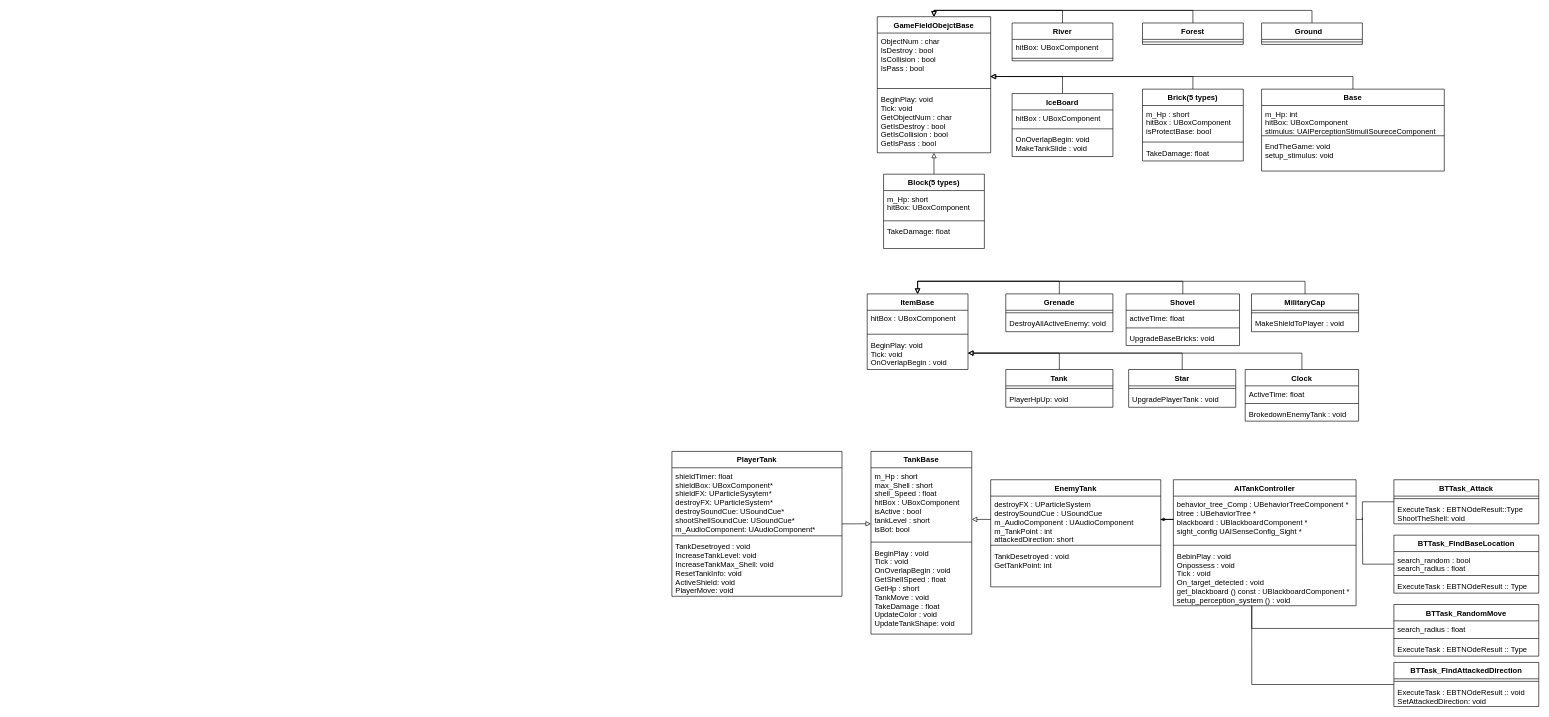
The draw.io diagram Untitled Diagram.drawio in zzaxowns/Study_LIST_IN_Vacation, before the edit. Source tidied: cells renumbered, new cells numbered last; positions are measured from the earlier drawing's top-left corner, leaving out a move shared by most shapes. Both pictures are drawn from the tidied source at 63%, with x=0, y=0 at pixel (672, 16).
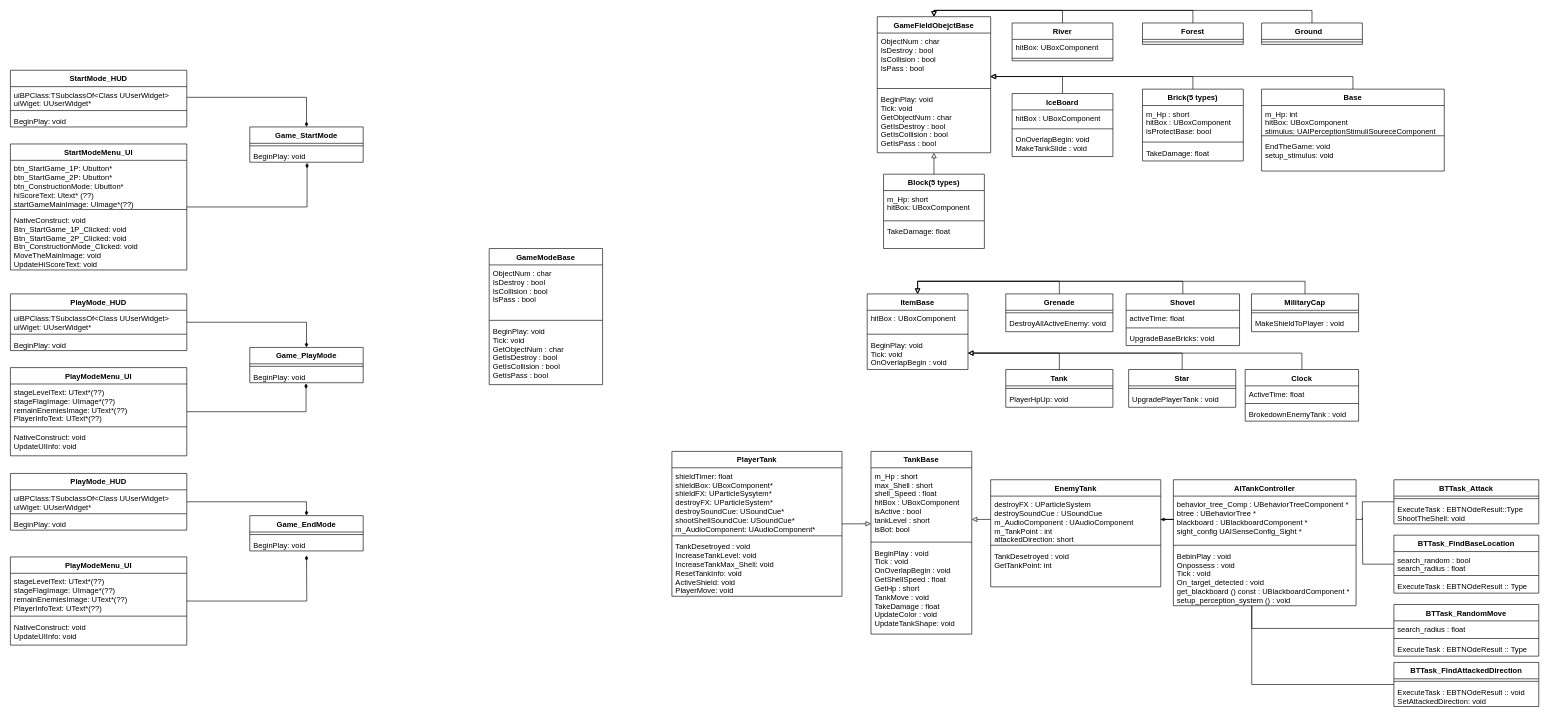
Above is the later version.

Change to the diagram source:
```diff
@@
+    <mxCell id="103" value="GameModeBase" style="swimlane;fontStyle=1;align=center;verticalAlign=top;horizontal=1;startSize=26;" parent="1" vertex="1">
+      <mxGeometry x="-290" y="368" width="180" height="216" as="geometry" />
+    </mxCell>
+    <mxCell id="104" value="ObjectNum : char&#10;IsDestroy : bool &#10;IsCollision : bool &#10;IsPass : bool&#10;" style="text;strokeColor=none;fillColor=none;align=left;verticalAlign=top;spacingLeft=4;spacingRight=4;overflow=hidden;" parent="103" vertex="1">
+      <mxGeometry y="26" width="180" height="84" as="geometry" />
+    </mxCell>
+    <mxCell id="105" style="line;strokeWidth=1;fillColor=none;align=left;verticalAlign=middle;spacingTop=-1;spacingLeft=3;spacingRight=3;labelPosition=right;" parent="103" vertex="1">
+      <mxGeometry y="110" width="180" height="8" as="geometry" />
+    </mxCell>
+    <mxCell id="106" value="BeginPlay: void&#10;Tick: void&#10;GetObjectNum : char&#10;GetIsDestroy : bool &#10;GetIsCollision : bool &#10;GetIsPass : bool&#10;&#10;" style="text;strokeColor=none;fillColor=none;align=left;verticalAlign=top;spacingLeft=4;spacingRight=4;overflow=hidden;" parent="103" vertex="1">
+      <mxGeometry y="118" width="180" height="98" as="geometry" />
+    </mxCell>
+    <mxCell id="107" value="Game_StartMode" style="swimlane;fontStyle=1;align=center;verticalAlign=top;horizontal=1;startSize=26;" parent="1" vertex="1">
+      <mxGeometry x="-670" y="175" width="180" height="56" as="geometry" />
+    </mxCell>
+    <mxCell id="108" style="line;strokeWidth=1;fillColor=none;align=left;verticalAlign=middle;spacingTop=-1;spacingLeft=3;spacingRight=3;labelPosition=right;" parent="107" vertex="1">
+      <mxGeometry y="26" width="180" height="8" as="geometry" />
+    </mxCell>
+    <mxCell id="109" value="BeginPlay: void&#10;" style="text;strokeColor=none;fillColor=none;align=left;verticalAlign=top;spacingLeft=4;spacingRight=4;overflow=hidden;points=[[0,0.5],[1,0.5]];portConstraint=eastwest;" parent="107" vertex="1">
+      <mxGeometry y="34" width="180" height="22" as="geometry" />
+    </mxCell>
+    <mxCell id="110" value="Game_PlayMode" style="swimlane;fontStyle=1;align=center;verticalAlign=top;horizontal=1;startSize=26;" parent="1" vertex="1">
+      <mxGeometry x="-670" y="525" width="180" height="56" as="geometry" />
+    </mxCell>
+    <mxCell id="111" style="line;strokeWidth=1;fillColor=none;align=left;verticalAlign=middle;spacingTop=-1;spacingLeft=3;spacingRight=3;labelPosition=right;" parent="110" vertex="1">
+      <mxGeometry y="26" width="180" height="8" as="geometry" />
+    </mxCell>
+    <mxCell id="112" value="BeginPlay: void&#10;" style="text;strokeColor=none;fillColor=none;align=left;verticalAlign=top;spacingLeft=4;spacingRight=4;overflow=hidden;points=[[0,0.5],[1,0.5]];portConstraint=eastwest;" parent="110" vertex="1">
+      <mxGeometry y="34" width="180" height="22" as="geometry" />
+    </mxCell>
+    <mxCell id="113" value="Game_EndMode" style="swimlane;fontStyle=1;align=center;verticalAlign=top;horizontal=1;startSize=26;" parent="1" vertex="1">
+      <mxGeometry x="-670" y="792" width="180" height="56" as="geometry" />
+    </mxCell>
+    <mxCell id="114" style="line;strokeWidth=1;fillColor=none;align=left;verticalAlign=middle;spacingTop=-1;spacingLeft=3;spacingRight=3;labelPosition=right;" parent="113" vertex="1">
+      <mxGeometry y="26" width="180" height="8" as="geometry" />
+    </mxCell>
+    <mxCell id="115" value="BeginPlay: void&#10;" style="text;strokeColor=none;fillColor=none;align=left;verticalAlign=top;spacingLeft=4;spacingRight=4;overflow=hidden;" parent="113" vertex="1">
+      <mxGeometry y="34" width="180" height="22" as="geometry" />
+    </mxCell>
+    <mxCell id="116" value="StartMode_HUD" style="swimlane;fontStyle=1;align=center;verticalAlign=top;horizontal=1;startSize=26;" parent="1" vertex="1">
+      <mxGeometry x="-1050" y="85" width="280" height="90" as="geometry" />
+    </mxCell>
+    <mxCell id="117" value="uiBPClass:TSubclassOf&lt;Class UUserWidget&gt;&#10;uiWiget: UUserWidget*" style="text;strokeColor=none;fillColor=none;align=left;verticalAlign=top;spacingLeft=4;spacingRight=4;overflow=hidden;points=[[0,0.5],[1,0.5]];portConstraint=eastwest;" parent="116" vertex="1">
+      <mxGeometry y="26" width="280" height="34" as="geometry" />
+    </mxCell>
+    <mxCell id="118" style="line;strokeWidth=1;fillColor=none;align=left;verticalAlign=middle;spacingTop=-1;spacingLeft=3;spacingRight=3;labelPosition=right;" parent="116" vertex="1">
+      <mxGeometry y="60" width="280" height="8" as="geometry" />
+    </mxCell>
+    <mxCell id="119" value="BeginPlay: void" style="text;strokeColor=none;fillColor=none;align=left;verticalAlign=top;spacingLeft=4;spacingRight=4;overflow=hidden;" parent="116" vertex="1">
+      <mxGeometry y="68" width="280" height="22" as="geometry" />
+    </mxCell>
+    <mxCell id="120" style="edgeStyle=orthogonalEdgeStyle;rounded=0;jettySize=auto;html=1;entryX=0.505;entryY=1.045;entryDx=0;entryDy=0;entryPerimeter=0;endArrow=diamondThin;endFill=1;" parent="1" edge="1" source="121" target="109">
+      <mxGeometry relative="1" as="geometry" />
+    </mxCell>
+    <mxCell id="121" value="StartModeMenu_UI" style="swimlane;fontStyle=1;align=center;verticalAlign=top;horizontal=1;startSize=26;" parent="1" vertex="1">
+      <mxGeometry x="-1050" y="202" width="280" height="200" as="geometry" />
+    </mxCell>
+    <mxCell id="122" value="btn_StartGame_1P: Ubutton*&#10;btn_StartGame_2P: Ubutton*&#10;btn_ConstructionMode: Ubutton*&#10;hiScoreText: Utext* (??)&#10;startGameMainImage: UImage*(??)" style="text;strokeColor=none;fillColor=none;align=left;verticalAlign=top;spacingLeft=4;spacingRight=4;overflow=hidden;" parent="121" vertex="1">
+      <mxGeometry y="26" width="280" height="74" as="geometry" />
+    </mxCell>
+    <mxCell id="123" style="line;strokeWidth=1;fillColor=none;align=left;verticalAlign=middle;spacingTop=-1;spacingLeft=3;spacingRight=3;labelPosition=right;" parent="121" vertex="1">
+      <mxGeometry y="100" width="280" height="8" as="geometry" />
+    </mxCell>
+    <mxCell id="124" value="NativeConstruct: void&#10;Btn_StartGame_1P_Clicked: void&#10;Btn_StartGame_2P_Clicked: void&#10;Btn_ConstructionMode_Clicked: void&#10;MoveTheMainImage: void&#10;UpdateHiScoreText: void" style="text;strokeColor=none;fillColor=none;align=left;verticalAlign=top;spacingLeft=4;spacingRight=4;overflow=hidden;" parent="121" vertex="1">
+      <mxGeometry y="108" width="280" height="92" as="geometry" />
+    </mxCell>
+    <mxCell id="125" style="edgeStyle=orthogonalEdgeStyle;rounded=0;jettySize=auto;html=1;exitX=1;exitY=0.5;exitDx=0;exitDy=0;entryX=0.5;entryY=0;entryDx=0;entryDy=0;endArrow=diamondThin;endFill=1;" parent="1" edge="1" source="117" target="107">
+      <mxGeometry relative="1" as="geometry" />
+    </mxCell>
+    <mxCell id="126" style="edgeStyle=orthogonalEdgeStyle;rounded=0;jettySize=auto;html=1;entryX=0.5;entryY=0;entryDx=0;entryDy=0;endArrow=diamondThin;endFill=1;" parent="1" edge="1" source="127" target="110">
+      <mxGeometry relative="1" as="geometry" />
+    </mxCell>
+    <mxCell id="127" value="PlayMode_HUD" style="swimlane;fontStyle=1;align=center;verticalAlign=top;horizontal=1;startSize=26;" parent="1" vertex="1">
+      <mxGeometry x="-1050" y="440" width="280" height="90" as="geometry" />
+    </mxCell>
+    <mxCell id="128" value="uiBPClass:TSubclassOf&lt;Class UUserWidget&gt;&#10;uiWiget: UUserWidget*" style="text;strokeColor=none;fillColor=none;align=left;verticalAlign=top;spacingLeft=4;spacingRight=4;overflow=hidden;" parent="127" vertex="1">
+      <mxGeometry y="26" width="280" height="34" as="geometry" />
+    </mxCell>
+    <mxCell id="129" style="line;strokeWidth=1;fillColor=none;align=left;verticalAlign=middle;spacingTop=-1;spacingLeft=3;spacingRight=3;labelPosition=right;" parent="127" vertex="1">
+      <mxGeometry y="60" width="280" height="8" as="geometry" />
+    </mxCell>
+    <mxCell id="130" value="BeginPlay: void" style="text;strokeColor=none;fillColor=none;align=left;verticalAlign=top;spacingLeft=4;spacingRight=4;overflow=hidden;" parent="127" vertex="1">
+      <mxGeometry y="68" width="280" height="22" as="geometry" />
+    </mxCell>
+    <mxCell id="131" style="edgeStyle=orthogonalEdgeStyle;rounded=0;jettySize=auto;html=1;entryX=0.496;entryY=1.045;entryDx=0;entryDy=0;entryPerimeter=0;endArrow=diamondThin;endFill=1;" parent="1" edge="1" source="132" target="112">
+      <mxGeometry relative="1" as="geometry" />
+    </mxCell>
+    <mxCell id="132" value="PlayModeMenu_UI" style="swimlane;fontStyle=1;align=center;verticalAlign=top;horizontal=1;startSize=26;" parent="1" vertex="1">
+      <mxGeometry x="-1050" y="557" width="280" height="140" as="geometry" />
+    </mxCell>
+    <mxCell id="133" value="stageLevelText: UText*(??)&#10;stageFlagImage: UImage*(??)&#10;remainEnemiesImage: UText*(??)&#10;PlayerInfoText: UText*(??)&#10;" style="text;strokeColor=none;fillColor=none;align=left;verticalAlign=top;spacingLeft=4;spacingRight=4;overflow=hidden;" parent="132" vertex="1">
+      <mxGeometry y="26" width="280" height="64" as="geometry" />
+    </mxCell>
+    <mxCell id="134" style="line;strokeWidth=1;fillColor=none;align=left;verticalAlign=middle;spacingTop=-1;spacingLeft=3;spacingRight=3;labelPosition=right;" parent="132" vertex="1">
+      <mxGeometry y="90" width="280" height="8" as="geometry" />
+    </mxCell>
+    <mxCell id="135" value="NativeConstruct: void&#10;UpdateUIInfo: void" style="text;strokeColor=none;fillColor=none;align=left;verticalAlign=top;spacingLeft=4;spacingRight=4;overflow=hidden;" parent="132" vertex="1">
+      <mxGeometry y="98" width="280" height="42" as="geometry" />
+    </mxCell>
+    <mxCell id="136" style="edgeStyle=orthogonalEdgeStyle;rounded=0;jettySize=auto;html=1;entryX=0.5;entryY=0;entryDx=0;entryDy=0;endArrow=diamondThin;endFill=1;" parent="1" edge="1" source="137" target="113">
+      <mxGeometry relative="1" as="geometry" />
+    </mxCell>
+    <mxCell id="137" value="PlayMode_HUD" style="swimlane;fontStyle=1;align=center;verticalAlign=top;horizontal=1;startSize=26;" parent="1" vertex="1">
+      <mxGeometry x="-1050" y="725" width="280" height="90" as="geometry" />
+    </mxCell>
+    <mxCell id="138" value="uiBPClass:TSubclassOf&lt;Class UUserWidget&gt;&#10;uiWiget: UUserWidget*" style="text;strokeColor=none;fillColor=none;align=left;verticalAlign=top;spacingLeft=4;spacingRight=4;overflow=hidden;" parent="137" vertex="1">
+      <mxGeometry y="26" width="280" height="34" as="geometry" />
+    </mxCell>
+    <mxCell id="139" style="line;strokeWidth=1;fillColor=none;align=left;verticalAlign=middle;spacingTop=-1;spacingLeft=3;spacingRight=3;labelPosition=right;" parent="137" vertex="1">
+      <mxGeometry y="60" width="280" height="8" as="geometry" />
+    </mxCell>
+    <mxCell id="140" value="BeginPlay: void" style="text;strokeColor=none;fillColor=none;align=left;verticalAlign=top;spacingLeft=4;spacingRight=4;overflow=hidden;" parent="137" vertex="1">
+      <mxGeometry y="68" width="280" height="22" as="geometry" />
+    </mxCell>
+    <mxCell id="141" style="edgeStyle=orthogonalEdgeStyle;rounded=0;jettySize=auto;html=1;endArrow=diamondThin;endFill=1;" parent="1" edge="1" source="142">
+      <mxGeometry relative="1" as="geometry">
+        <mxPoint x="-580" y="855" as="targetPoint" />
+      </mxGeometry>
+    </mxCell>
+    <mxCell id="142" value="PlayModeMenu_UI" style="swimlane;fontStyle=1;align=center;verticalAlign=top;horizontal=1;startSize=26;" parent="1" vertex="1">
+      <mxGeometry x="-1050" y="857.5" width="280" height="140" as="geometry" />
+    </mxCell>
+    <mxCell id="143" value="stageLevelText: UText*(??)&#10;stageFlagImage: UImage*(??)&#10;remainEnemiesImage: UText*(??)&#10;PlayerInfoText: UText*(??)&#10;" style="text;strokeColor=none;fillColor=none;align=left;verticalAlign=top;spacingLeft=4;spacingRight=4;overflow=hidden;" parent="142" vertex="1">
+      <mxGeometry y="26" width="280" height="64" as="geometry" />
+    </mxCell>
+    <mxCell id="144" style="line;strokeWidth=1;fillColor=none;align=left;verticalAlign=middle;spacingTop=-1;spacingLeft=3;spacingRight=3;labelPosition=right;" parent="142" vertex="1">
+      <mxGeometry y="90" width="280" height="8" as="geometry" />
+    </mxCell>
+    <mxCell id="145" value="NativeConstruct: void&#10;UpdateUIInfo: void" style="text;strokeColor=none;fillColor=none;align=left;verticalAlign=top;spacingLeft=4;spacingRight=4;overflow=hidden;" parent="142" vertex="1">
+      <mxGeometry y="98" width="280" height="42" as="geometry" />
+    </mxCell>
```
